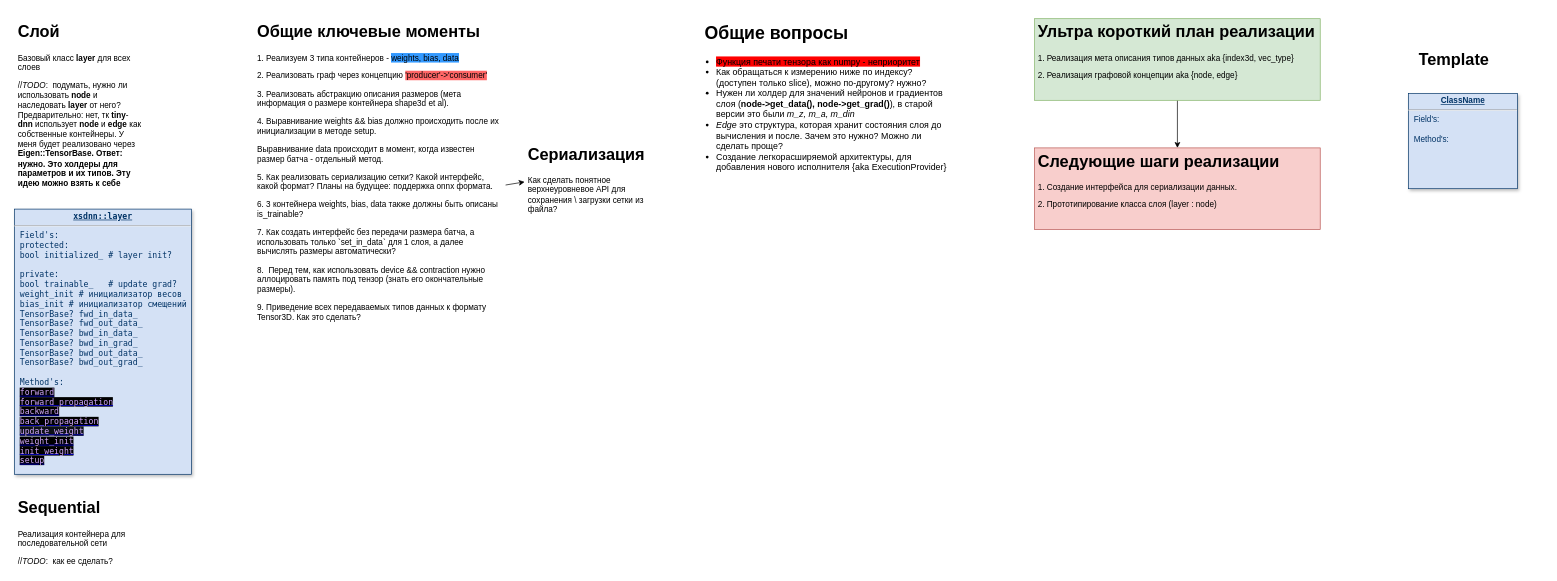
xsdnn/xsdnn keeps this draw.io diagram as page "xsdnn::main" (1 of 10) of logic.drawio. Above is the earlier version. Source tidied: cells renumbered, new cells numbered last; positions are measured from the earlier drawing's top-left corner, leaving out a move shared by most shapes. Both pictures are drawn from the tidied source at 68%, with x=0, y=0 at pixel (14, 18).
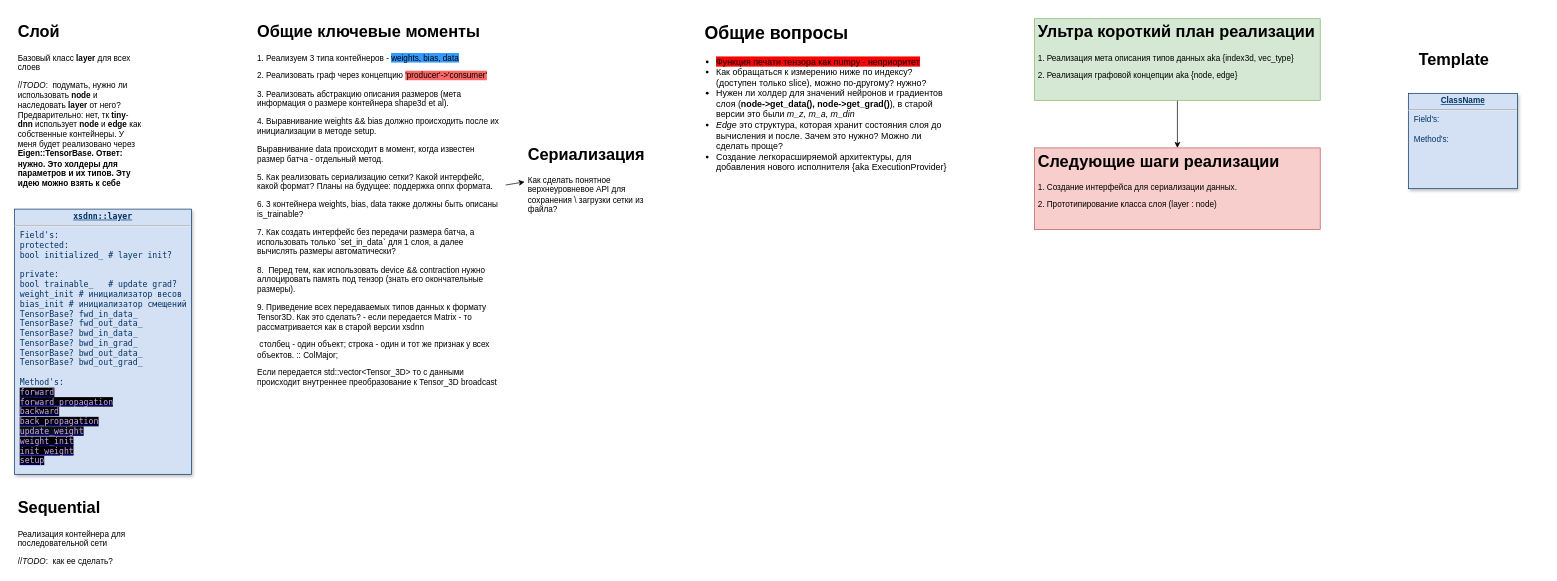
Above is the later version.

Commit message:
Логика обработки Matrix && std::vector<Tensor_3D>

The edit, as a diff of the source:
```diff
@@
 <mxGraphModel>
   <root>
     <mxCell id="0" />
     <mxCell id="1" parent="0" />
     <mxCell id="2" value="&lt;p style=&quot;margin: 0px; margin-top: 4px; text-align: center; text-decoration: underline;&quot;&gt;&lt;strong&gt;ClassName&lt;/strong&gt;&lt;/p&gt;&lt;hr&gt;&lt;p style=&quot;margin: 0px; margin-left: 8px;&quot;&gt;Field's:&lt;/p&gt;&lt;p style=&quot;margin: 0px; margin-left: 8px;&quot;&gt;&lt;br&gt;&lt;/p&gt;&lt;p style=&quot;margin: 0px; margin-left: 8px;&quot;&gt;Method's:&lt;/p&gt;" style="verticalAlign=top;align=left;overflow=fill;fontSize=12;fontFamily=Helvetica;html=1;strokeColor=#003366;shadow=1;fillColor=#D4E1F5;fontColor=#003366;" parent="1" vertex="1">
       <mxGeometry x="2050" y="110" width="160" height="140" as="geometry" />
     </mxCell>
     <mxCell id="3" value="&lt;h1&gt;Слой&lt;/h1&gt;&lt;p&gt;Базовый класс &lt;b&gt;layer &lt;/b&gt;для всех слоев&lt;/p&gt;&lt;p&gt;&lt;span style=&quot;text-align: center;&quot;&gt;//&lt;i&gt;TODO&lt;/i&gt;:&amp;nbsp; подумать, нужно ли использовать &lt;b&gt;node&lt;/b&gt; и наследовать &lt;b&gt;layer&lt;/b&gt; от него? Предварительно: нет, тк &lt;b&gt;tiny&lt;/b&gt;-&lt;b&gt;dnn&lt;/b&gt; использует &lt;b&gt;node&lt;/b&gt; и &lt;b&gt;edge&lt;/b&gt; как собственные контейнеры. У меня будет реализовано через &lt;b&gt;Eigen::TensorBase. Ответ: нужно. Это холдеры для параметров и их типов. Эту идею можно взять к себе&lt;/b&gt;&lt;/span&gt;&lt;br&gt;&lt;/p&gt;&lt;p&gt;&lt;br&gt;&lt;/p&gt;" style="text;html=1;strokeColor=none;fillColor=none;spacing=5;spacingTop=-20;whiteSpace=wrap;overflow=hidden;rounded=0;" parent="1" vertex="1">
       <mxGeometry width="190" height="250" as="geometry" />
     </mxCell>
     <mxCell id="4" value="&lt;h1&gt;Template&lt;/h1&gt;" style="text;html=1;strokeColor=none;fillColor=none;spacing=5;spacingTop=-20;whiteSpace=wrap;overflow=hidden;rounded=0;" parent="1" vertex="1">
       <mxGeometry x="2060" y="40" width="190" height="50" as="geometry" />
     </mxCell>
     <mxCell id="5" value="&lt;p style=&quot;margin: 0px; margin-top: 4px; text-align: center; text-decoration: underline;&quot;&gt;&lt;b&gt;xsdnn::layer&lt;/b&gt;&lt;/p&gt;&lt;hr&gt;&lt;p style=&quot;margin: 0px; margin-left: 8px;&quot;&gt;Field's:&lt;/p&gt;&lt;p style=&quot;margin: 0px; margin-left: 8px;&quot;&gt;protected:&lt;/p&gt;&lt;p style=&quot;margin: 0px; margin-left: 8px;&quot;&gt;bool initialized_ # layer init?&lt;/p&gt;&lt;p style=&quot;margin: 0px; margin-left: 8px;&quot;&gt;&lt;br&gt;&lt;/p&gt;&lt;p style=&quot;margin: 0px; margin-left: 8px;&quot;&gt;private:&lt;/p&gt;&lt;p style=&quot;margin: 0px 0px 0px 8px;&quot;&gt;bool trainable_&amp;nbsp; &amp;nbsp;# update grad?&lt;/p&gt;&lt;p style=&quot;margin: 0px 0px 0px 8px;&quot;&gt;weight_init # инициализатор весов&lt;/p&gt;&lt;p style=&quot;margin: 0px 0px 0px 8px;&quot;&gt;bias_init # инициализатор смещений&lt;/p&gt;&lt;p style=&quot;margin: 0px; margin-left: 8px;&quot;&gt;TensorBase? fwd_in_data_&lt;/p&gt;&lt;p style=&quot;margin: 0px; margin-left: 8px;&quot;&gt;TensorBase? fwd_out_data_&lt;br&gt;&lt;/p&gt;&lt;p style=&quot;margin: 0px; margin-left: 8px;&quot;&gt;TensorBase? bwd_in_data_&lt;br&gt;&lt;/p&gt;&lt;p style=&quot;margin: 0px; margin-left: 8px;&quot;&gt;TensorBase? bwd_in_grad_&lt;br&gt;&lt;/p&gt;&lt;p style=&quot;margin: 0px; margin-left: 8px;&quot;&gt;TensorBase? bwd_out_data_&lt;br&gt;&lt;/p&gt;&lt;p style=&quot;margin: 0px; margin-left: 8px;&quot;&gt;TensorBase? bwd_out_grad_&lt;br&gt;&lt;/p&gt;&lt;p style=&quot;margin: 0px; margin-left: 8px;&quot;&gt;&lt;br&gt;&lt;/p&gt;&lt;p style=&quot;margin: 0px; margin-left: 8px;&quot;&gt;Method's:&lt;/p&gt;&lt;p style=&quot;margin: 0px; margin-left: 8px;&quot;&gt;&lt;a href=&quot;data:page/id,acLyr5f8MV2qwVlqdKkI&quot;&gt;&lt;font face=&quot;ui-monospace, SFMono-Regular, SF Mono, Menlo, Consolas, Liberation Mono, monospace&quot; color=&quot;#d2a8ff&quot; style=&quot;background-color: rgb(0, 0, 0);&quot;&gt;forward&lt;/font&gt;&lt;/a&gt;&lt;/p&gt;&lt;p style=&quot;margin: 0px; margin-left: 8px;&quot;&gt;&lt;a href=&quot;data:page/id,P51iXEZZl-BP7aw9WZGj&quot;&gt;&lt;font face=&quot;ui-monospace, SFMono-Regular, SF Mono, Menlo, Consolas, Liberation Mono, monospace&quot; color=&quot;#d2a8ff&quot; style=&quot;background-color: rgb(0, 0, 0);&quot;&gt;forward_propagation&lt;/font&gt;&lt;/a&gt;&lt;/p&gt;&lt;p style=&quot;margin: 0px; margin-left: 8px;&quot;&gt;&lt;a href=&quot;data:page/id,9vZ8QekkStvvB2-BGn0U&quot;&gt;&lt;font face=&quot;ui-monospace, SFMono-Regular, SF Mono, Menlo, Consolas, Liberation Mono, monospace&quot; color=&quot;#d2a8ff&quot; style=&quot;background-color: rgb(0, 0, 0);&quot;&gt;backward&lt;/font&gt;&lt;/a&gt;&lt;/p&gt;&lt;p style=&quot;margin: 0px; margin-left: 8px;&quot;&gt;&lt;a href=&quot;data:page/id,YzGOiIOgP3fO_uxTNOQc&quot;&gt;&lt;font face=&quot;ui-monospace, SFMono-Regular, SF Mono, Menlo, Consolas, Liberation Mono, monospace&quot; color=&quot;#d2a8ff&quot; style=&quot;background-color: rgb(0, 0, 0);&quot;&gt;back_propagation&lt;/font&gt;&lt;/a&gt;&lt;/p&gt;&lt;p style=&quot;margin: 0px; margin-left: 8px;&quot;&gt;&lt;span style=&quot;font-family: ui-monospace, SFMono-Regular, &amp;quot;SF Mono&amp;quot;, Menlo, Consolas, &amp;quot;Liberation Mono&amp;quot;, monospace; background-color: rgb(13, 17, 23);&quot;&gt;&lt;a style=&quot;&quot; href=&quot;data:page/id,1ntwXYWYcS74xLM6uAJB&quot;&gt;&lt;font color=&quot;#d2a8ff&quot;&gt;update_weight&lt;/font&gt;&lt;/a&gt;&lt;/span&gt;&lt;br&gt;&lt;/p&gt;&lt;p style=&quot;margin: 0px; margin-left: 8px;&quot;&gt;&lt;a style=&quot;background-color: rgb(0, 0, 0);&quot; href=&quot;data:page/id,imFPhnd7Cz6RNdqDAHEO&quot;&gt;&lt;font face=&quot;ui-monospace, SFMono-Regular, SF Mono, Menlo, Consolas, Liberation Mono, monospace&quot; color=&quot;#d2a8ff&quot;&gt;weight_init&lt;/font&gt;&lt;/a&gt;&lt;/p&gt;&lt;p style=&quot;margin: 0px; margin-left: 8px;&quot;&gt;&lt;a style=&quot;background-color: rgb(0, 0, 0);&quot; href=&quot;data:page/id,p6dzrHT5QFA6u9v4Chr_&quot;&gt;&lt;font color=&quot;#d2a8ff&quot;&gt;init_weight&lt;/font&gt;&lt;/a&gt;&lt;/p&gt;&lt;p style=&quot;margin: 0px; margin-left: 8px;&quot;&gt;&lt;a style=&quot;background-color: rgb(0, 0, 0);&quot; href=&quot;data:page/id,uzz6QVAgYd6YLyIYvyyA&quot;&gt;&lt;font color=&quot;#d2a8ff&quot;&gt;setup&lt;/font&gt;&lt;/a&gt;&lt;/p&gt;" style="verticalAlign=top;align=left;overflow=fill;fontSize=12;fontFamily=ui-monospace, SFMono-Regular, &quot;SF Mono&quot;, Menlo, Consolas, &quot;Liberation Mono&quot;, monospace;html=1;strokeColor=#003366;shadow=1;fillColor=#D4E1F5;fontColor=#003366;" parent="1" vertex="1">
       <mxGeometry y="280" width="260" height="390" as="geometry" />
     </mxCell>
     <mxCell id="6" value="&lt;h1&gt;Сериализация&lt;/h1&gt;&lt;p&gt;Как сделать понятное верхнеуровневое API для сохранения \ загрузки сетки из файла?&amp;nbsp;&lt;/p&gt;" style="text;html=1;strokeColor=none;fillColor=none;spacing=5;spacingTop=-20;whiteSpace=wrap;overflow=hidden;rounded=0;" parent="1" vertex="1">
       <mxGeometry x="750" y="180" width="190" height="120" as="geometry" />
     </mxCell>
     <mxCell id="7" value="&lt;h1&gt;Общие вопросы&lt;/h1&gt;&lt;p&gt;&lt;br&gt;&lt;/p&gt;" style="text;html=1;strokeColor=none;fillColor=none;spacing=5;spacingTop=-20;whiteSpace=wrap;overflow=hidden;rounded=0;fontSize=13;" parent="1" vertex="1">
       <mxGeometry x="1010" width="270" height="120" as="geometry" />
     </mxCell>
     <mxCell id="8" value="&lt;ul&gt;&lt;li&gt;&lt;span style=&quot;background-color: rgb(255, 0, 0);&quot;&gt;Функция печати тензора как numpy - неприоритет&lt;/span&gt;&lt;/li&gt;&lt;li&gt;Как обращаться к измерению ниже по индексу? (доступен только slice), можно по-другому? нужно?&amp;nbsp;&lt;/li&gt;&lt;li&gt;Нужен ли холдер для значений нейронов и градиентов слоя (&lt;b&gt;node-&amp;gt;get_data(), node-&amp;gt;get_grad()&lt;/b&gt;), в старой версии это были &lt;i&gt;m_z, m_a, m_din&lt;/i&gt;&lt;/li&gt;&lt;li&gt;&lt;i&gt;Edge &lt;/i&gt;это структура, которая хранит состояния слоя до вычисления и после. Зачем это нужно? Можно ли сделать проще?&lt;/li&gt;&lt;li&gt;Создание легкорасширяемой архитектуры, для добавления нового исполнителя {aka ExecutionProvider}&lt;/li&gt;&lt;/ul&gt;" style="text;strokeColor=none;fillColor=none;html=1;whiteSpace=wrap;verticalAlign=middle;overflow=hidden;fontSize=13;" parent="1" vertex="1">
       <mxGeometry x="990" y="40" width="390" height="190" as="geometry" />
     </mxCell>
     <mxCell id="9" value="&lt;h1&gt;Sequential&lt;/h1&gt;&lt;p&gt;Реализация контейнера для&amp;nbsp; последовательной сети&lt;/p&gt;&lt;p&gt;&lt;span style=&quot;text-align: center;&quot;&gt;//&lt;i&gt;TODO&lt;/i&gt;:&amp;nbsp; как ее сделать?&lt;/span&gt;&lt;br&gt;&lt;/p&gt;&lt;p&gt;&lt;br&gt;&lt;/p&gt;" style="text;html=1;strokeColor=none;fillColor=none;spacing=5;spacingTop=-20;whiteSpace=wrap;overflow=hidden;rounded=0;" parent="1" vertex="1">
       <mxGeometry y="700" width="190" height="110" as="geometry" />
     </mxCell>
-    <mxCell id="10" value="&lt;h1&gt;Общие ключевые моменты&lt;/h1&gt;&lt;p&gt;1. Реализуем 3 типа контейнеров - &lt;span style=&quot;background-color: rgb(51, 153, 255);&quot;&gt;weights, bias, data&lt;/span&gt;&lt;/p&gt;&lt;p&gt;2. Реализовать граф через концепцию &lt;span style=&quot;background-color: rgb(255, 102, 102);&quot;&gt;'producer'-&amp;gt;'consumer'&lt;/span&gt;&lt;/p&gt;&lt;p&gt;3. Реализовать абстракцию описания размеров (мета информация о размере контейнера shape3d et al).&amp;nbsp;&lt;/p&gt;&lt;p&gt;4. Выравнивание weights &amp;amp;&amp;amp; bias должно происходить после их инициализации в методе setup.&lt;/p&gt;&lt;p&gt;Выравнивание data происходит в момент, когда известен размер батча - отдельный метод.&lt;/p&gt;&lt;p&gt;5. Как реализовать сериализацию сетки? Какой интерфейс, какой формат? Планы на будущее: поддержка onnx формата.&lt;/p&gt;&lt;p&gt;6. 3 контейнера weights, bias, data также должны быть описаны is_trainable?&amp;nbsp;&lt;/p&gt;&lt;p&gt;7. Как создать интерфейс без передачи размера батча, а использовать только `set_in_data` для 1 слоя, а далее вычислять размеры автоматически?&lt;/p&gt;&lt;p&gt;8.&amp;nbsp; Перед тем, как использовать device &amp;amp;&amp;amp; contraction нужно аллоцировать память под тензор (знать его окончательные размеры).&lt;/p&gt;&lt;p&gt;9. Приведение всех передаваемых типов данных к формату Tensor3D. Как это сделать?&lt;/p&gt;" style="text;html=1;strokeColor=none;fillColor=none;spacing=5;spacingTop=-20;whiteSpace=wrap;overflow=hidden;rounded=0;" parent="1" vertex="1">
+    <mxCell id="10" value="&lt;h1&gt;Общие ключевые моменты&lt;/h1&gt;&lt;p&gt;1. Реализуем 3 типа контейнеров - &lt;span style=&quot;background-color: rgb(51, 153, 255);&quot;&gt;weights, bias, data&lt;/span&gt;&lt;/p&gt;&lt;p&gt;2. Реализовать граф через концепцию &lt;span style=&quot;background-color: rgb(255, 102, 102);&quot;&gt;'producer'-&amp;gt;'consumer'&lt;/span&gt;&lt;/p&gt;&lt;p&gt;3. Реализовать абстракцию описания размеров (мета информация о размере контейнера shape3d et al).&amp;nbsp;&lt;/p&gt;&lt;p&gt;4. Выравнивание weights &amp;amp;&amp;amp; bias должно происходить после их инициализации в методе setup.&lt;/p&gt;&lt;p&gt;Выравнивание data происходит в момент, когда известен размер батча - отдельный метод.&lt;/p&gt;&lt;p&gt;5. Как реализовать сериализацию сетки? Какой интерфейс, какой формат? Планы на будущее: поддержка onnx формата.&lt;/p&gt;&lt;p&gt;6. 3 контейнера weights, bias, data также должны быть описаны is_trainable?&amp;nbsp;&lt;/p&gt;&lt;p&gt;7. Как создать интерфейс без передачи размера батча, а использовать только `set_in_data` для 1 слоя, а далее вычислять размеры автоматически?&lt;/p&gt;&lt;p&gt;8.&amp;nbsp; Перед тем, как использовать device &amp;amp;&amp;amp; contraction нужно аллоцировать память под тензор (знать его окончательные размеры).&lt;/p&gt;&lt;p&gt;9. Приведение всех передаваемых типов данных к формату Tensor3D. Как это сделать? - если передается Matrix - то рассматривается как в старой версии xsdnn&lt;/p&gt;&lt;p&gt;&amp;nbsp;столбец - один объект; строка - один и тот же признак у всех объектов. :: ColMajor;&lt;/p&gt;&lt;p&gt;Если передается std::vector&amp;lt;Tensor_3D&amp;gt; то с данными происходит внутреннее преобразование к Tensor_3D broadcast&lt;/p&gt;" style="text;html=1;strokeColor=none;fillColor=none;spacing=5;spacingTop=-20;whiteSpace=wrap;overflow=hidden;rounded=0;" parent="1" vertex="1">
       <mxGeometry x="352" width="370" height="550" as="geometry" />
     </mxCell>
     <mxCell id="11" style="edgeStyle=orthogonalEdgeStyle;rounded=0;jettySize=auto;html=1;" parent="1" edge="1" source="12" target="14">
       <mxGeometry relative="1" as="geometry" />
     </mxCell>
     <mxCell id="12" value="&lt;h1&gt;Ультра короткий план реализации&lt;/h1&gt;&lt;p&gt;1. Реализация мета описания типов данных aka {index3d, vec_type}&lt;/p&gt;&lt;p&gt;2. Реализация графовой концепции aka {node, edge}&lt;/p&gt;" style="text;html=1;spacing=5;spacingTop=-20;whiteSpace=wrap;overflow=hidden;rounded=0;labelBackgroundColor=none;fillColor=#d5e8d4;strokeColor=#82b366;" parent="1" vertex="1">
       <mxGeometry x="1500" width="420" height="120" as="geometry" />
     </mxCell>
     <mxCell id="13" style="endArrow=classic;html=1;rounded=0;entryX=0;entryY=0.5;entryDx=0;entryDy=0;" parent="1" edge="1" source="10" target="6">
       <mxGeometry relative="1" as="geometry" />
     </mxCell>
     <mxCell id="14" value="&lt;h1&gt;Следующие шаги реализации&lt;/h1&gt;&lt;p&gt;1. Создание интерфейса для сериализации данных.&amp;nbsp;&lt;br&gt;&lt;/p&gt;&lt;p&gt;2. Прототипирование класса слоя (layer : node)&lt;/p&gt;" style="text;html=1;spacing=5;spacingTop=-20;whiteSpace=wrap;overflow=hidden;rounded=0;labelBackgroundColor=none;fillColor=#f8cecc;strokeColor=#b85450;" parent="1" vertex="1">
       <mxGeometry x="1500" y="190" width="420" height="120" as="geometry" />
     </mxCell>
   </root>
 </mxGraphModel>
```
